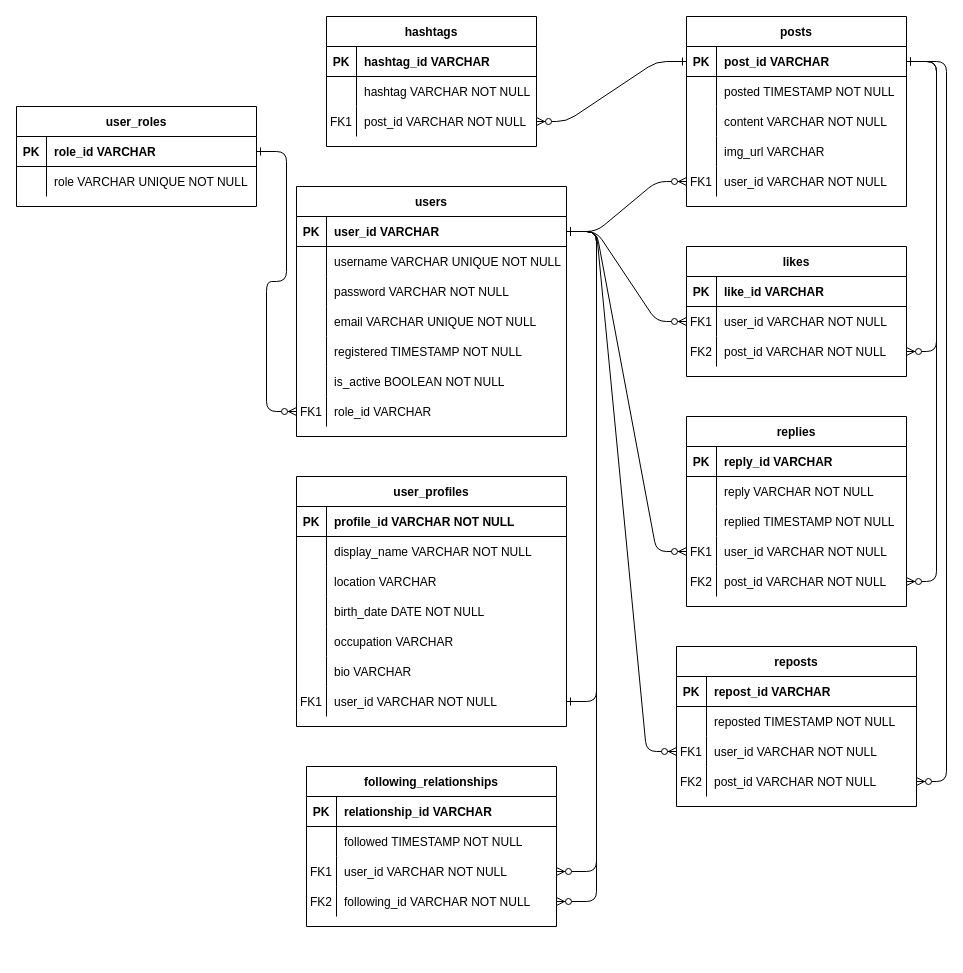
221114-Java-React/PrimaryKeys-P2-Backend keeps this draw.io diagram as img/Sylvester-ERD.drawio. Above is the earlier version. Source tidied: cells renumbered, new cells numbered last; positions are measured from the earlier drawing's top-left corner, leaving out a move shared by most shapes. Both pictures are drawn from the tidied source at 100%, with x=0, y=0 at pixel (16, 16).
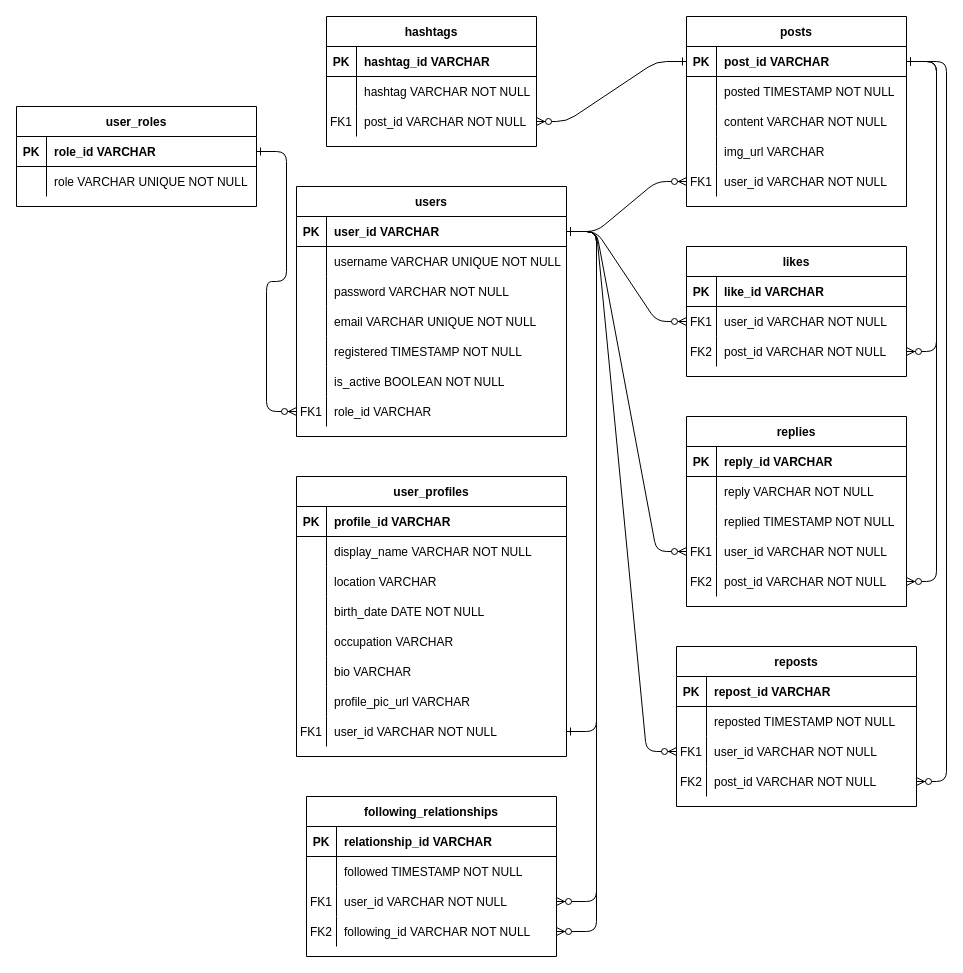
Above is the later version.

Commit message (it also covers changes not shown here):
directory changes, profile pic, updated erd

Unchanged cells that the change refers to:
```xml
<mxCell id="72" style="shape=partialRectangle;fillColor=none;top=0;left=0;right=0;bottom=1;" parent="71" vertex="1">
  <mxGeometry y="30" width="270" height="30" as="geometry" />
</mxCell>
```

What changed in the source:
```diff
@@
     <mxCell id="71" value="user_profiles" style="shape=table;startSize=30;childLayout=tableLayout;rowLines=0;fontStyle=1;align=center;" parent="1" vertex="1">
-      <mxGeometry x="280" y="460" width="270" height="250" as="geometry" />
+      <mxGeometry x="280" y="460" width="270" height="280" as="geometry" />
     </mxCell>
@@
-    <mxCell id="74" value="profile_id VARCHAR NOT NULL " style="shape=partialRectangle;overflow=hidden;fillColor=none;top=0;left=0;bottom=0;right=0;align=left;spacingLeft=6;fontStyle=1;" parent="72" vertex="1">
+    <mxCell id="74" value="profile_id VARCHAR" style="shape=partialRectangle;overflow=hidden;fillColor=none;top=0;left=0;bottom=0;right=0;align=left;spacingLeft=6;fontStyle=1;" parent="72" vertex="1">
       <mxGeometry x="30" width="240" height="30" as="geometry" />
     </mxCell>
@@
+    <mxCell id="143" style="shape=partialRectangle;fillColor=none;top=0;left=0;right=0;bottom=0;" parent="71" vertex="1">
+      <mxGeometry y="210" width="270" height="30" as="geometry" />
+    </mxCell>
+    <mxCell id="144" style="shape=partialRectangle;overflow=hidden;fillColor=none;top=0;left=0;bottom=0;right=0;" parent="143" vertex="1">
+      <mxGeometry width="30" height="30" as="geometry" />
+    </mxCell>
+    <mxCell id="145" value="profile_pic_url VARCHAR" style="shape=partialRectangle;overflow=hidden;fillColor=none;top=0;left=0;bottom=0;right=0;align=left;spacingLeft=6;" parent="143" vertex="1">
+      <mxGeometry x="30" width="240" height="30" as="geometry" />
+    </mxCell>
     <mxCell id="90" style="shape=partialRectangle;fillColor=none;points=[[0,0.5],[1,0.5]];portConstraint=eastwest;top=0;left=0;right=0;bottom=0;" parent="71" vertex="1">
-      <mxGeometry y="210" width="270" height="30" as="geometry" />
+      <mxGeometry y="240" width="270" height="30" as="geometry" />
     </mxCell>
@@
     <mxCell id="94" value="following_relationships" style="shape=table;startSize=30;childLayout=tableLayout;rowLines=0;fontStyle=1;align=center;" parent="1" vertex="1">
-      <mxGeometry x="290" y="750" width="250" height="160" as="geometry" />
+      <mxGeometry x="290" y="780" width="250" height="160" as="geometry" />
     </mxCell>
```
